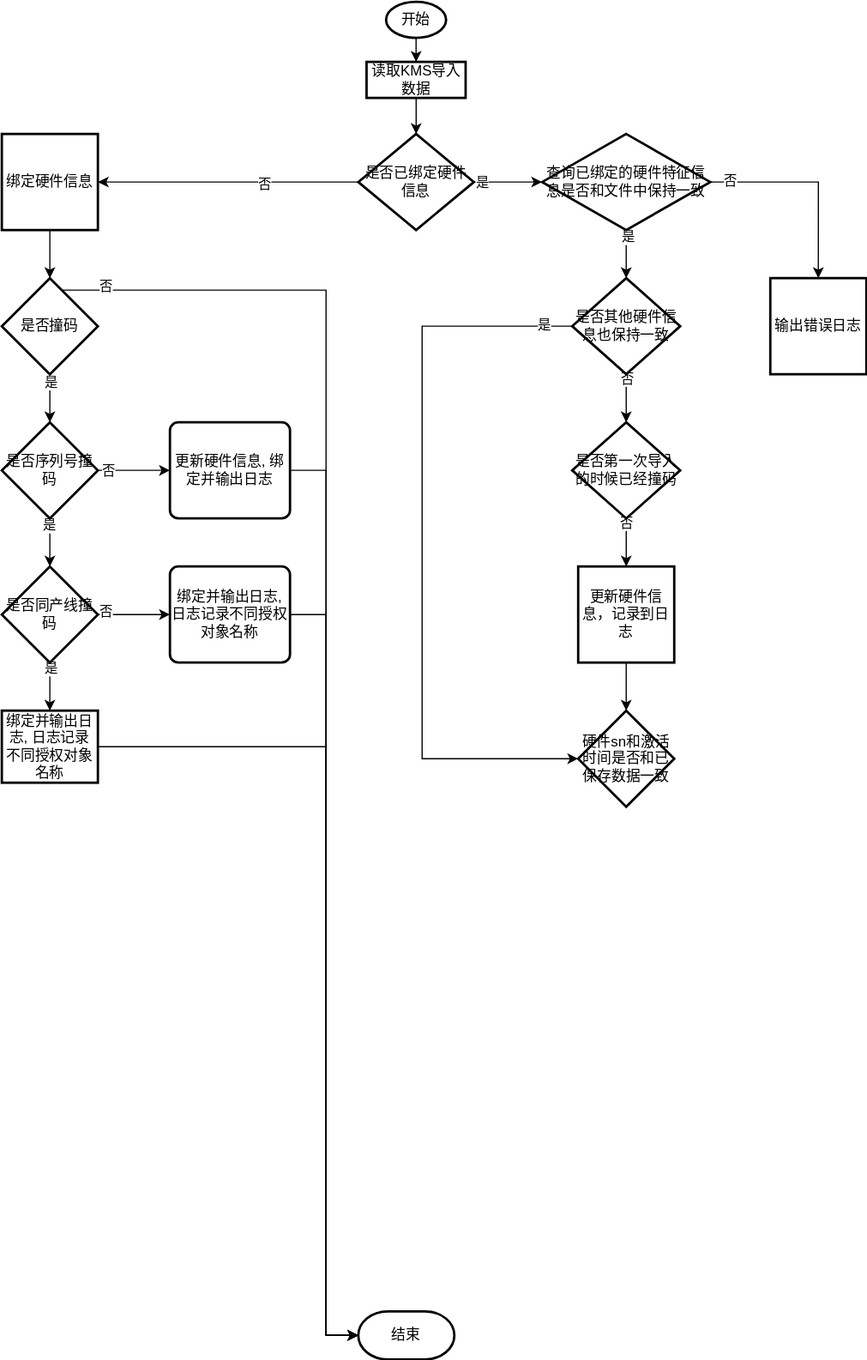
Earlier version of the draw.io export 导入处理逻辑梳理.svg (gaozk/test). Source tidied: cells renumbered, new cells last; positions are measured from the earlier drawing's top-left corner, leaving out a move shared by most shapes.
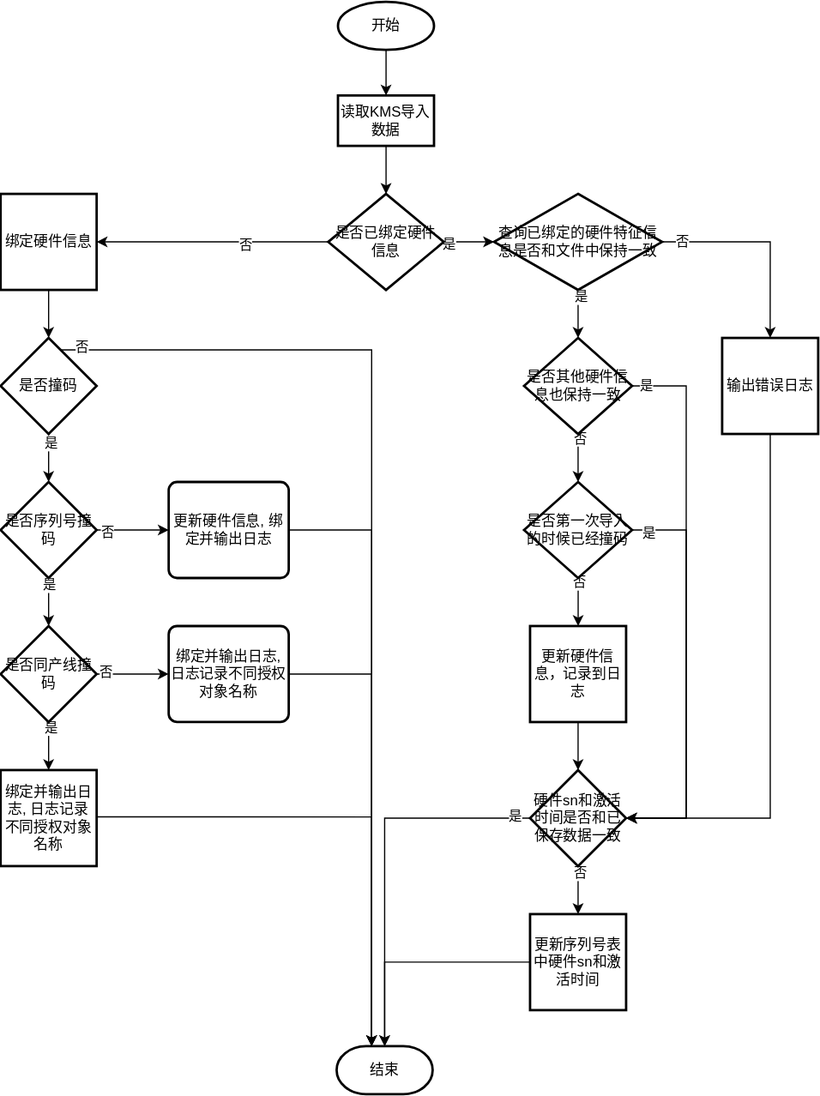
After the change.

Commit message:
更新导入处理逻辑梳理.svg

The edit, as a diff of the source:
```diff
@@ -6,13 +6,13 @@
       <mxGeometry relative="1" as="geometry" />
     </mxCell>
     <mxCell id="3" value="开始" style="strokeWidth=2;html=1;shape=mxgraph.flowchart.start_1;whiteSpace=wrap;" parent="1" vertex="1">
-      <mxGeometry x="320" width="50" height="30" as="geometry" />
+      <mxGeometry x="320" y="30" width="80" height="40" as="geometry" />
     </mxCell>
     <mxCell id="4" style="edgeStyle=orthogonalEdgeStyle;rounded=0;jettySize=auto;html=1;" parent="1" edge="1" source="5" target="10">
       <mxGeometry relative="1" as="geometry" />
     </mxCell>
     <mxCell id="5" value="读取KMS导入数据" style="whiteSpace=wrap;html=1;strokeWidth=2;" parent="1" vertex="1">
-      <mxGeometry x="303.8" y="50" width="82.5" height="30" as="geometry" />
+      <mxGeometry x="320" y="108" width="80" height="42" as="geometry" />
     </mxCell>
     <mxCell id="6" style="edgeStyle=orthogonalEdgeStyle;rounded=0;jettySize=auto;html=1;" parent="1" edge="1" source="10" target="12">
       <mxGeometry relative="1" as="geometry" />
@@ -27,13 +27,13 @@
       <mxGeometry x="-0.75" y="-1" relative="1" as="geometry" />
     </mxCell>
     <mxCell id="10" value="是否已绑定硬件信息" style="rhombus;whiteSpace=wrap;html=1;strokeWidth=2;" parent="1" vertex="1">
-      <mxGeometry x="296.9" y="110" width="96.2" height="80" as="geometry" />
+      <mxGeometry x="311.9" y="190" width="96.2" height="80" as="geometry" />
     </mxCell>
     <mxCell id="11" style="edgeStyle=orthogonalEdgeStyle;rounded=0;jettySize=auto;html=1;" parent="1" edge="1" source="12" target="17">
       <mxGeometry relative="1" as="geometry" />
     </mxCell>
     <mxCell id="12" value="绑定硬件信息" style="whiteSpace=wrap;html=1;strokeWidth=2;" parent="1" vertex="1">
-      <mxGeometry y="110" width="80" height="80" as="geometry" />
+      <mxGeometry x="39" y="190" width="80" height="80" as="geometry" />
     </mxCell>
     <mxCell id="13" style="edgeStyle=orthogonalEdgeStyle;rounded=0;jettySize=auto;html=1;" parent="1" edge="1" source="17" target="22">
       <mxGeometry relative="1" as="geometry" />
@@ -41,11 +41,12 @@
     <mxCell id="14" value="是" style="edgeLabel;html=1;align=center;verticalAlign=middle;" parent="13" vertex="1">
       <mxGeometry x="-0.65" y="1" relative="1" as="geometry" />
     </mxCell>
-    <mxCell id="15" style="edgeStyle=orthogonalEdgeStyle;rounded=0;jettySize=auto;html=1;" parent="1" edge="1" source="17" target="30">
+    <mxCell id="15" style="edgeStyle=orthogonalEdgeStyle;rounded=0;orthogonalLoop=1;jettySize=auto;html=1;" parent="1" edge="1">
       <mxGeometry relative="1" as="geometry">
+        <mxPoint x="78" y="320" as="sourcePoint" />
+        <mxPoint x="348" y="900" as="targetPoint" />
         <Array as="points">
-          <mxPoint x="270" y="240" />
-          <mxPoint x="270" y="1110" />
+          <mxPoint x="348" y="320" />
         </Array>
       </mxGeometry>
     </mxCell>
@@ -53,7 +54,7 @@
       <mxGeometry x="-0.93" y="3" relative="1" as="geometry" />
     </mxCell>
     <mxCell id="17" value="是否撞码" style="rhombus;whiteSpace=wrap;html=1;strokeWidth=2;" parent="1" vertex="1">
-      <mxGeometry y="230" width="80" height="80" as="geometry" />
+      <mxGeometry x="39" y="310" width="80" height="80" as="geometry" />
     </mxCell>
     <mxCell id="18" style="edgeStyle=orthogonalEdgeStyle;rounded=0;jettySize=auto;html=1;" parent="1" edge="1" source="22" target="27">
       <mxGeometry relative="1" as="geometry" />
@@ -68,7 +69,7 @@
       <mxGeometry x="-0.71" y="-1" relative="1" as="geometry" />
     </mxCell>
     <mxCell id="22" value="是否序列号撞码" style="rhombus;whiteSpace=wrap;html=1;strokeWidth=2;" parent="1" vertex="1">
-      <mxGeometry y="350" width="80" height="80" as="geometry" />
+      <mxGeometry x="39" y="430" width="80" height="80" as="geometry" />
     </mxCell>
     <mxCell id="23" style="edgeStyle=orthogonalEdgeStyle;rounded=0;jettySize=auto;html=1;" parent="1" edge="1" source="27" target="29">
       <mxGeometry relative="1" as="geometry" />
@@ -83,43 +84,46 @@
       <mxGeometry x="-0.77" y="2" relative="1" as="geometry" />
     </mxCell>
     <mxCell id="27" value="是否同产线撞码" style="strokeWidth=2;html=1;shape=mxgraph.flowchart.decision;whiteSpace=wrap;" parent="1" vertex="1">
-      <mxGeometry y="470" width="80" height="80" as="geometry" />
+      <mxGeometry x="39" y="550" width="80" height="80" as="geometry" />
     </mxCell>
-    <mxCell id="28" style="edgeStyle=orthogonalEdgeStyle;rounded=0;jettySize=auto;html=1;" parent="1" edge="1" source="29" target="30">
+    <mxCell id="28" style="edgeStyle=orthogonalEdgeStyle;rounded=0;orthogonalLoop=1;jettySize=auto;html=1;" parent="1" edge="1">
       <mxGeometry relative="1" as="geometry">
+        <mxPoint x="108" y="709" as="sourcePoint" />
+        <mxPoint x="348" y="909" as="targetPoint" />
         <Array as="points">
-          <mxPoint x="270" y="620" />
-          <mxPoint x="270" y="1110" />
+          <mxPoint x="348" y="709" />
         </Array>
       </mxGeometry>
     </mxCell>
     <mxCell id="29" value="&lt;span&gt;绑定并输出日志, 日志记录不同授权对象名称&lt;/span&gt;" style="whiteSpace=wrap;html=1;strokeWidth=2;" parent="1" vertex="1">
-      <mxGeometry y="590" width="80" height="60" as="geometry" />
+      <mxGeometry x="39" y="670" width="80" height="80" as="geometry" />
     </mxCell>
     <mxCell id="30" value="结束" style="strokeWidth=2;html=1;shape=mxgraph.flowchart.terminator;whiteSpace=wrap;" parent="1" vertex="1">
-      <mxGeometry x="296.9" y="1090" width="80" height="40" as="geometry" />
+      <mxGeometry x="318.9" y="900" width="80" height="40" as="geometry" />
     </mxCell>
-    <mxCell id="31" style="edgeStyle=orthogonalEdgeStyle;rounded=0;jettySize=auto;html=1;" parent="1" edge="1" source="32" target="30">
+    <mxCell id="31" style="edgeStyle=orthogonalEdgeStyle;rounded=0;orthogonalLoop=1;jettySize=auto;html=1;" parent="1" edge="1">
       <mxGeometry relative="1" as="geometry">
+        <mxPoint x="268" y="470" as="sourcePoint" />
+        <mxPoint x="348" y="900" as="targetPoint" />
         <Array as="points">
-          <mxPoint x="270" y="390" />
-          <mxPoint x="270" y="1110" />
+          <mxPoint x="348" y="470" />
         </Array>
       </mxGeometry>
     </mxCell>
     <mxCell id="32" value="更新硬件信息, 绑定并输出日志" style="rounded=1;whiteSpace=wrap;html=1;absoluteArcSize=1;arcSize=14;strokeWidth=2;" parent="1" vertex="1">
-      <mxGeometry x="140" y="350" width="100" height="80" as="geometry" />
+      <mxGeometry x="179" y="430" width="100" height="80" as="geometry" />
     </mxCell>
-    <mxCell id="33" style="edgeStyle=orthogonalEdgeStyle;rounded=0;jettySize=auto;html=1;" parent="1" edge="1" source="34" target="30">
+    <mxCell id="33" style="edgeStyle=orthogonalEdgeStyle;rounded=0;orthogonalLoop=1;jettySize=auto;html=1;" parent="1" edge="1">
       <mxGeometry relative="1" as="geometry">
+        <mxPoint x="268" y="590" as="sourcePoint" />
+        <mxPoint x="348" y="900" as="targetPoint" />
         <Array as="points">
-          <mxPoint x="270" y="510" />
-          <mxPoint x="270" y="1110" />
+          <mxPoint x="348" y="590" />
         </Array>
       </mxGeometry>
     </mxCell>
     <mxCell id="34" value="&lt;span&gt;绑定并输出日志, 日志记录不同授权对象名称&lt;/span&gt;" style="rounded=1;whiteSpace=wrap;html=1;absoluteArcSize=1;arcSize=14;strokeWidth=2;" parent="1" vertex="1">
-      <mxGeometry x="140" y="470" width="100" height="80" as="geometry" />
+      <mxGeometry x="179" y="550" width="100" height="80" as="geometry" />
     </mxCell>
     <mxCell id="35" style="edgeStyle=orthogonalEdgeStyle;rounded=0;jettySize=auto;html=1;" parent="1" edge="1" source="39" target="44">
       <mxGeometry relative="1" as="geometry" />
@@ -134,7 +138,7 @@
       <mxGeometry x="-0.8" y="1" relative="1" as="geometry" />
     </mxCell>
     <mxCell id="39" value="查询已绑定的硬件特征信息是否和文件中保持一致" style="rhombus;whiteSpace=wrap;html=1;strokeWidth=2;" parent="1" vertex="1">
-      <mxGeometry x="450" y="110" width="140" height="80" as="geometry" />
+      <mxGeometry x="450" y="190" width="140" height="80" as="geometry" />
     </mxCell>
     <mxCell id="40" style="edgeStyle=orthogonalEdgeStyle;rounded=0;jettySize=auto;html=1;" parent="1" edge="1" source="44" target="48">
       <mxGeometry relative="1" as="geometry" />
@@ -142,44 +146,85 @@
     <mxCell id="41" value="否" style="edgeLabel;html=1;align=center;verticalAlign=middle;" parent="40" vertex="1">
       <mxGeometry x="-0.83" y="1" relative="1" as="geometry" />
     </mxCell>
-    <mxCell id="42" style="edgeStyle=orthogonalEdgeStyle;rounded=0;jettySize=auto;html=1;" parent="1" edge="1" source="44" target="51">
+    <mxCell id="42" style="edgeStyle=orthogonalEdgeStyle;rounded=0;jettySize=auto;html=1;entryX=1;entryY=0.5;entryDx=0;entryDy=0;entryPerimeter=0;" parent="1" edge="1" source="44" target="51">
       <mxGeometry relative="1" as="geometry">
         <Array as="points">
-          <mxPoint x="350" y="270" />
+          <mxPoint x="610" y="350" />
+          <mxPoint x="610" y="710" />
         </Array>
       </mxGeometry>
     </mxCell>
-    <mxCell id="43" value="是" style="edgeLabel;html=1;align=center;verticalAlign=middle;" parent="42" vertex="1">
-      <mxGeometry x="-0.92" y="-1" relative="1" as="geometry" />
-    </mxCell>
+    <mxCell id="52" value="是" style="edgeLabel;html=1;align=center;verticalAlign=middle;" parent="42" vertex="1">
+      <mxGeometry x="-0.95" y="1" relative="1" as="geometry" />
+    </mxCell>
     <mxCell id="44" value="是否其他硬件信息也保持一致" style="rhombus;whiteSpace=wrap;html=1;strokeWidth=2;" parent="1" vertex="1">
-      <mxGeometry x="475" y="230" width="90" height="80" as="geometry" />
+      <mxGeometry x="475" y="310" width="90" height="80" as="geometry" />
     </mxCell>
+    <mxCell id="53" style="edgeStyle=orthogonalEdgeStyle;rounded=0;jettySize=auto;html=1;entryX=1;entryY=0.5;entryDx=0;entryDy=0;entryPerimeter=0;" parent="1" edge="1" source="45" target="51">
+      <mxGeometry relative="1" as="geometry">
+        <Array as="points">
+          <mxPoint x="680" y="710" />
+        </Array>
+      </mxGeometry>
+    </mxCell>
     <mxCell id="45" value="输出错误日志" style="whiteSpace=wrap;html=1;strokeWidth=2;" parent="1" vertex="1">
-      <mxGeometry x="640" y="230" width="80" height="80" as="geometry" />
+      <mxGeometry x="640" y="310" width="80" height="80" as="geometry" />
     </mxCell>
     <mxCell id="46" style="edgeStyle=orthogonalEdgeStyle;rounded=0;jettySize=auto;html=1;" parent="1" edge="1" source="48" target="50">
       <mxGeometry relative="1" as="geometry">
         <Array as="points">
-          <mxPoint x="520" y="460" />
-          <mxPoint x="520" y="460" />
+          <mxPoint x="520" y="540" />
+          <mxPoint x="520" y="540" />
         </Array>
       </mxGeometry>
     </mxCell>
     <mxCell id="47" value="否" style="edgeLabel;html=1;align=center;verticalAlign=middle;" parent="46" vertex="1">
       <mxGeometry x="-0.84" relative="1" as="geometry" />
     </mxCell>
+    <mxCell id="54" style="edgeStyle=orthogonalEdgeStyle;rounded=0;jettySize=auto;html=1;" parent="1" edge="1" source="48" target="51">
+      <mxGeometry relative="1" as="geometry">
+        <Array as="points">
+          <mxPoint x="610" y="470" />
+          <mxPoint x="610" y="710" />
+        </Array>
+      </mxGeometry>
+    </mxCell>
+    <mxCell id="55" value="是" style="edgeLabel;html=1;align=center;verticalAlign=middle;" parent="54" vertex="1">
+      <mxGeometry x="-0.92" y="-2" relative="1" as="geometry" />
+    </mxCell>
     <mxCell id="48" value="是否第一次导入的时候已经撞码" style="rhombus;whiteSpace=wrap;html=1;strokeWidth=2;" parent="1" vertex="1">
-      <mxGeometry x="475" y="350" width="90" height="80" as="geometry" />
+      <mxGeometry x="475" y="430" width="90" height="80" as="geometry" />
     </mxCell>
     <mxCell id="49" style="edgeStyle=orthogonalEdgeStyle;rounded=0;jettySize=auto;html=1;" parent="1" edge="1" source="50" target="51">
       <mxGeometry relative="1" as="geometry" />
     </mxCell>
     <mxCell id="50" value="更新硬件信息，记录到日志" style="whiteSpace=wrap;html=1;strokeWidth=2;" parent="1" vertex="1">
-      <mxGeometry x="480" y="470" width="80" height="80" as="geometry" />
+      <mxGeometry x="480" y="550" width="80" height="80" as="geometry" />
     </mxCell>
+    <mxCell id="56" style="edgeStyle=orthogonalEdgeStyle;rounded=0;jettySize=auto;html=1;" parent="1" edge="1" source="51" target="30">
+      <mxGeometry relative="1" as="geometry" />
+    </mxCell>
+    <mxCell id="57" value="是" style="edgeLabel;html=1;align=center;verticalAlign=middle;" parent="56" vertex="1">
+      <mxGeometry x="-0.92" y="-2" relative="1" as="geometry" />
+    </mxCell>
+    <mxCell id="58" style="edgeStyle=orthogonalEdgeStyle;rounded=0;jettySize=auto;html=1;" parent="1" edge="1" source="51">
+      <mxGeometry relative="1" as="geometry">
+        <mxPoint x="520" y="790" as="targetPoint" />
+      </mxGeometry>
+    </mxCell>
+    <mxCell id="59" value="否" style="edgeLabel;html=1;align=center;verticalAlign=middle;" parent="58" vertex="1">
+      <mxGeometry x="-0.72" y="1" relative="1" as="geometry" />
+    </mxCell>
     <mxCell id="51" value="硬件sn和激活时间是否和已保存数据一致" style="strokeWidth=2;html=1;shape=mxgraph.flowchart.decision;whiteSpace=wrap;" parent="1" vertex="1">
-      <mxGeometry x="480" y="590" width="80" height="80" as="geometry" />
+      <mxGeometry x="480" y="670" width="80" height="80" as="geometry" />
     </mxCell>
+    <mxCell id="60" style="edgeStyle=orthogonalEdgeStyle;rounded=0;jettySize=auto;html=1;entryX=0.5;entryY=0;entryDx=0;entryDy=0;entryPerimeter=0;" parent="1" edge="1" target="30">
+      <mxGeometry relative="1" as="geometry">
+        <mxPoint x="480" y="830" as="sourcePoint" />
+      </mxGeometry>
+    </mxCell>
+    <mxCell id="61" value="更新序列号表中硬件sn和激活时间" style="whiteSpace=wrap;html=1;strokeWidth=2;" parent="1" vertex="1">
+      <mxGeometry x="480" y="790" width="80" height="80" as="geometry" />
+    </mxCell>
   </root>
 </mxGraphModel>
```
